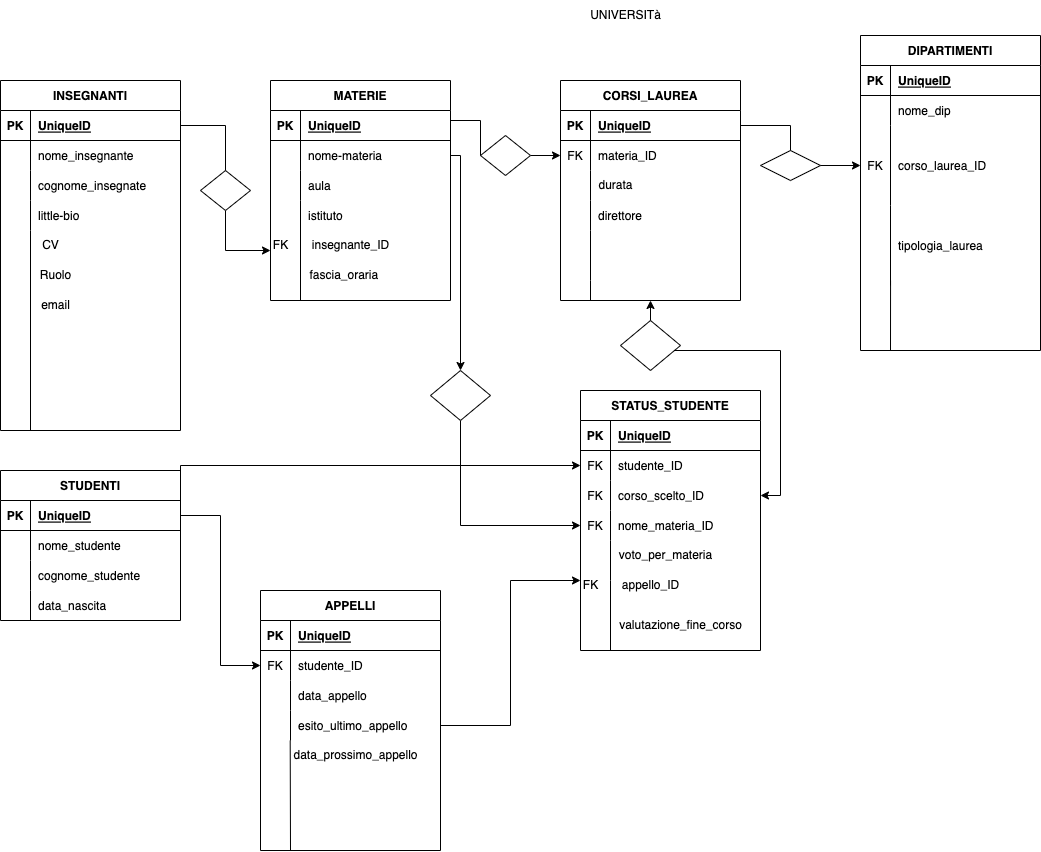
Before: university.png, a diagram exported from draw.io (DezVibez/db-university). Source tidied: cells renumbered, new cells last; positions are measured from the earlier drawing's top-left corner, leaving out a move shared by most shapes.
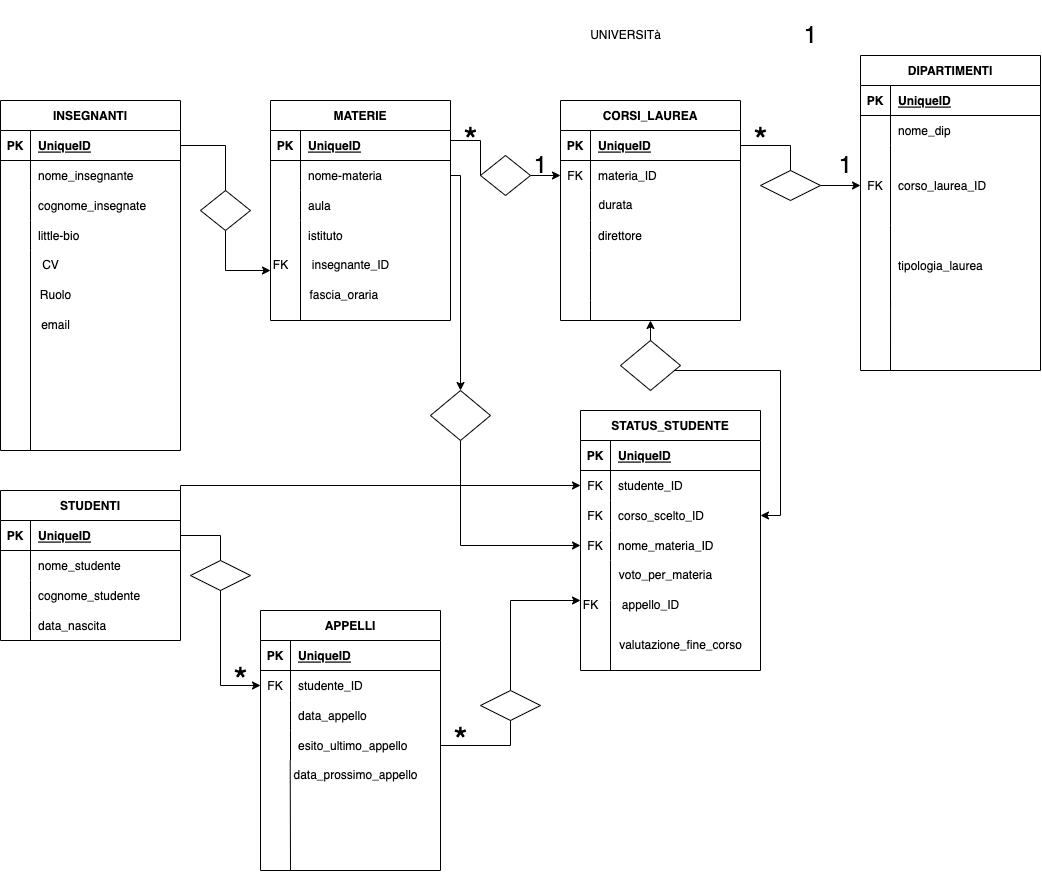
The same file after the commit.

Commit message:
dovremmo esserci, mancano relazioni

Change to the diagram source:
```diff
@@ -446,14 +446,47 @@
     <mxCell id="131" style="edgeStyle=orthogonalEdgeStyle;rounded=0;jettySize=auto;html=1;entryX=0;entryY=0.5;entryDx=0;entryDy=0;" parent="1" edge="1" source="79" target="120">
       <mxGeometry relative="1" as="geometry" />
     </mxCell>
-    <mxCell id="132" style="edgeStyle=orthogonalEdgeStyle;rounded=0;jettySize=auto;html=1;" parent="1" edge="1" source="126">
+    <mxCell id="132" style="edgeStyle=orthogonalEdgeStyle;rounded=0;jettySize=auto;html=1;startArrow=none;" parent="1" edge="1" source="133">
       <mxGeometry relative="1" as="geometry">
         <mxPoint x="580" y="580" as="targetPoint" />
         <Array as="points">
-          <mxPoint x="510" y="725" />
           <mxPoint x="510" y="580" />
         </Array>
       </mxGeometry>
     </mxCell>
+    <mxCell id="133" style="rhombus;whiteSpace=wrap;html=1;" parent="1" vertex="1">
+      <mxGeometry x="480" y="670" width="60" height="30" as="geometry" />
+    </mxCell>
+    <mxCell id="134" style="edgeStyle=orthogonalEdgeStyle;rounded=0;jettySize=auto;html=1;endArrow=none;" parent="1" edge="1" source="126" target="133">
+      <mxGeometry relative="1" as="geometry">
+        <Array as="points">
+          <mxPoint x="510" y="725" />
+        </Array>
+      </mxGeometry>
+    </mxCell>
+    <mxCell id="135" style="rhombus;whiteSpace=wrap;html=1;" parent="1" vertex="1">
+      <mxGeometry x="190" y="540" width="60" height="30" as="geometry" />
+    </mxCell>
+    <mxCell id="136" value="&lt;font style=&quot;font-size: 36px;&quot;&gt;*&lt;/font&gt;" style="text;html=1;align=center;verticalAlign=middle;strokeColor=none;fillColor=none;" parent="1" vertex="1">
+      <mxGeometry x="740" y="90" width="40" height="60" as="geometry" />
+    </mxCell>
+    <mxCell id="137" value="&lt;font style=&quot;font-size: 24px;&quot;&gt;1&lt;/font&gt;" style="text;html=1;align=center;verticalAlign=middle;strokeColor=none;fillColor=none;fontSize=36;" parent="1" vertex="1">
+      <mxGeometry x="790" y="-20" width="40" height="60" as="geometry" />
+    </mxCell>
+    <mxCell id="138" value="&lt;font style=&quot;font-size: 24px;&quot;&gt;1&lt;/font&gt;" style="text;html=1;align=center;verticalAlign=middle;strokeColor=none;fillColor=none;fontSize=36;" parent="1" vertex="1">
+      <mxGeometry x="825" y="110" width="40" height="60" as="geometry" />
+    </mxCell>
+    <mxCell id="139" value="&lt;font style=&quot;font-size: 24px;&quot;&gt;1&lt;/font&gt;" style="text;html=1;align=center;verticalAlign=middle;strokeColor=none;fillColor=none;fontSize=36;" parent="1" vertex="1">
+      <mxGeometry x="520" y="110" width="40" height="60" as="geometry" />
+    </mxCell>
+    <mxCell id="140" value="&lt;font style=&quot;font-size: 36px;&quot;&gt;*&lt;/font&gt;" style="text;html=1;align=center;verticalAlign=middle;strokeColor=none;fillColor=none;" parent="1" vertex="1">
+      <mxGeometry x="450" y="90" width="40" height="60" as="geometry" />
+    </mxCell>
+    <mxCell id="141" value="&lt;font style=&quot;font-size: 36px;&quot;&gt;*&lt;/font&gt;" style="text;html=1;align=center;verticalAlign=middle;strokeColor=none;fillColor=none;" parent="1" vertex="1">
+      <mxGeometry x="440" y="690" width="40" height="60" as="geometry" />
+    </mxCell>
+    <mxCell id="142" value="&lt;font style=&quot;font-size: 36px;&quot;&gt;*&lt;/font&gt;" style="text;html=1;align=center;verticalAlign=middle;strokeColor=none;fillColor=none;" parent="1" vertex="1">
+      <mxGeometry x="220" y="630" width="40" height="60" as="geometry" />
+    </mxCell>
   </root>
 </mxGraphModel>
```
